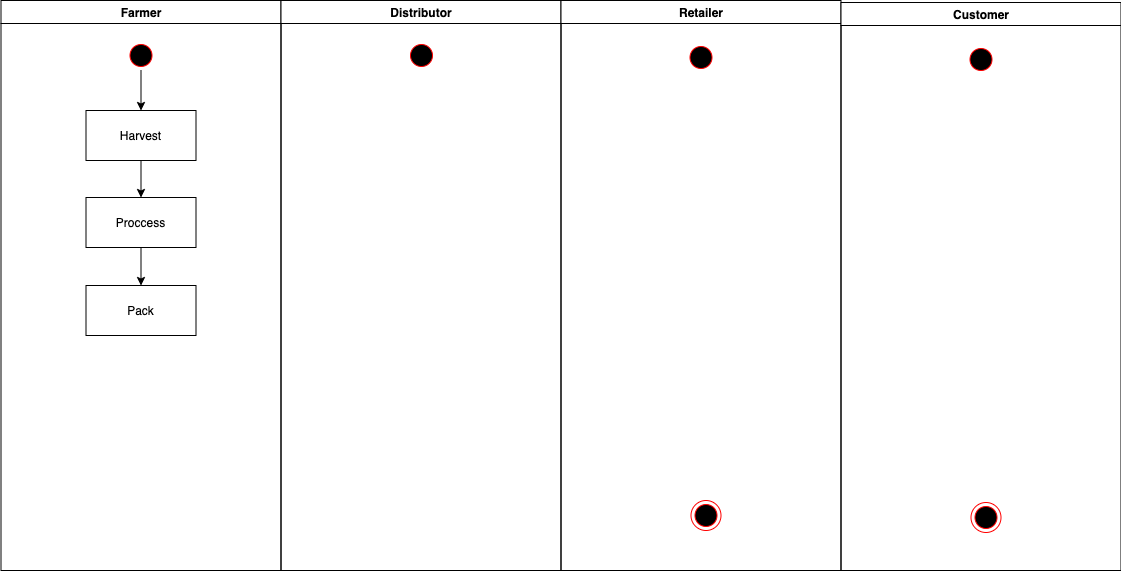
Above: images/activity-diagram.png in bartosz-lipinski/supplychain-mgmt (draw.io), before the change. Source tidied: cells renumbered, new cells last; positions are measured from the earlier drawing's top-left corner, leaving out a move shared by most shapes.
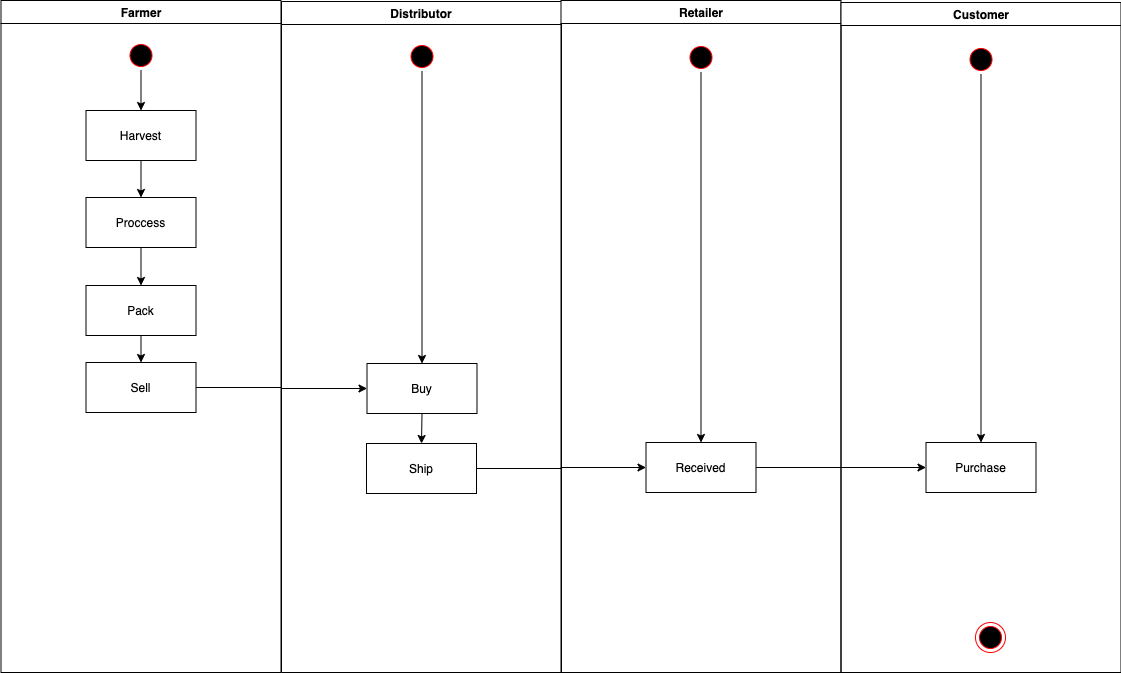
Above is the later version.

Diff of the diagram source:
```diff
@@ -3,7 +3,7 @@
     <mxCell id="0" />
     <mxCell id="1" parent="0" />
     <mxCell id="2" value="Farmer" style="swimlane;whiteSpace=wrap;" parent="1" vertex="1">
-      <mxGeometry x="0.5" width="280" height="570" as="geometry" />
+      <mxGeometry x="0.5" width="280" height="672" as="geometry" />
     </mxCell>
     <mxCell id="3" style="edgeStyle=orthogonalEdgeStyle;rounded=0;jettySize=auto;html=1;exitX=0.5;exitY=1;exitDx=0;exitDy=0;entryX=0.5;entryY=0;entryDx=0;entryDy=0;" parent="2" edge="1" source="4" target="6">
       <mxGeometry relative="1" as="geometry" />
@@ -23,32 +23,68 @@
     <mxCell id="8" value="Proccess" parent="2" vertex="1">
       <mxGeometry x="85" y="197" width="110" height="50" as="geometry" />
     </mxCell>
+    <mxCell id="18" style="edgeStyle=orthogonalEdgeStyle;rounded=0;jettySize=auto;html=1;exitX=0.5;exitY=1;exitDx=0;exitDy=0;entryX=0.5;entryY=0;entryDx=0;entryDy=0;" parent="2" edge="1" source="9" target="19">
+      <mxGeometry relative="1" as="geometry" />
+    </mxCell>
     <mxCell id="9" value="Pack" parent="2" vertex="1">
       <mxGeometry x="85" y="285" width="110" height="50" as="geometry" />
     </mxCell>
+    <mxCell id="19" value="Sell" parent="2" vertex="1">
+      <mxGeometry x="85" y="362" width="110" height="50" as="geometry" />
+    </mxCell>
     <mxCell id="10" value="Distributor" style="swimlane;whiteSpace=wrap;" parent="1" vertex="1">
-      <mxGeometry x="280.5" width="280" height="570" as="geometry" />
+      <mxGeometry x="281" y="1" width="280" height="671" as="geometry" />
     </mxCell>
+    <mxCell id="20" style="edgeStyle=orthogonalEdgeStyle;rounded=0;jettySize=auto;html=1;exitX=0.5;exitY=1;exitDx=0;exitDy=0;" parent="10" edge="1" source="11" target="22">
+      <mxGeometry relative="1" as="geometry" />
+    </mxCell>
     <mxCell id="11" style="ellipse;shape=startState;fillColor=#000000;strokeColor=#ff0000;" parent="10" vertex="1">
       <mxGeometry x="125.5" y="40" width="30" height="30" as="geometry" />
     </mxCell>
+    <mxCell id="21" style="edgeStyle=orthogonalEdgeStyle;rounded=0;jettySize=auto;html=1;exitX=0.5;exitY=1;exitDx=0;exitDy=0;entryX=0.5;entryY=0;entryDx=0;entryDy=0;" parent="10" edge="1" source="22" target="23">
+      <mxGeometry relative="1" as="geometry" />
+    </mxCell>
+    <mxCell id="22" value="Buy" parent="10" vertex="1">
+      <mxGeometry x="85.5" y="362" width="110" height="50" as="geometry" />
+    </mxCell>
+    <mxCell id="23" value="Ship" parent="10" vertex="1">
+      <mxGeometry x="85" y="442" width="110" height="50" as="geometry" />
+    </mxCell>
     <mxCell id="12" value="Retailer" style="swimlane;whiteSpace=wrap;" parent="1" vertex="1">
-      <mxGeometry x="560.5" width="280" height="570" as="geometry" />
+      <mxGeometry x="560.5" width="280" height="672" as="geometry" />
     </mxCell>
-    <mxCell id="13" style="ellipse;shape=endState;fillColor=#000000;strokeColor=#ff0000;" parent="12" vertex="1">
-      <mxGeometry x="130" y="500" width="30" height="30" as="geometry" />
-    </mxCell>
+    <mxCell id="24" style="edgeStyle=orthogonalEdgeStyle;rounded=0;jettySize=auto;html=1;exitX=0.5;exitY=1;exitDx=0;exitDy=0;" parent="12" edge="1" source="14" target="25">
+      <mxGeometry relative="1" as="geometry" />
+    </mxCell>
     <mxCell id="14" style="ellipse;shape=startState;fillColor=#000000;strokeColor=#ff0000;" parent="12" vertex="1">
       <mxGeometry x="125" y="42" width="30" height="30" as="geometry" />
     </mxCell>
+    <mxCell id="25" value="Received" parent="12" vertex="1">
+      <mxGeometry x="85" y="442" width="110" height="50" as="geometry" />
+    </mxCell>
     <mxCell id="15" value="Customer" style="swimlane;whiteSpace=wrap;" parent="1" vertex="1">
-      <mxGeometry x="840.5" y="2" width="280" height="568" as="geometry" />
+      <mxGeometry x="840.5" y="2" width="280" height="670" as="geometry" />
     </mxCell>
     <mxCell id="16" style="ellipse;shape=endState;fillColor=#000000;strokeColor=#ff0000;" parent="15" vertex="1">
-      <mxGeometry x="130" y="500" width="30" height="30" as="geometry" />
+      <mxGeometry x="134.5" y="620" width="30" height="30" as="geometry" />
     </mxCell>
+    <mxCell id="26" style="edgeStyle=orthogonalEdgeStyle;rounded=0;jettySize=auto;html=1;exitX=0.5;exitY=1;exitDx=0;exitDy=0;" parent="15" edge="1" source="17" target="27">
+      <mxGeometry relative="1" as="geometry" />
+    </mxCell>
     <mxCell id="17" style="ellipse;shape=startState;fillColor=#000000;strokeColor=#ff0000;" parent="15" vertex="1">
       <mxGeometry x="125" y="42" width="30" height="30" as="geometry" />
     </mxCell>
+    <mxCell id="27" value="Purchase" parent="15" vertex="1">
+      <mxGeometry x="85" y="440" width="110" height="50" as="geometry" />
+    </mxCell>
+    <mxCell id="28" style="edgeStyle=orthogonalEdgeStyle;rounded=0;jettySize=auto;html=1;exitX=1;exitY=0.5;exitDx=0;exitDy=0;" parent="1" edge="1" source="19" target="22">
+      <mxGeometry relative="1" as="geometry" />
+    </mxCell>
+    <mxCell id="29" style="edgeStyle=orthogonalEdgeStyle;rounded=0;jettySize=auto;html=1;exitX=1;exitY=0.5;exitDx=0;exitDy=0;" parent="1" edge="1" source="23" target="25">
+      <mxGeometry relative="1" as="geometry" />
+    </mxCell>
+    <mxCell id="30" style="edgeStyle=orthogonalEdgeStyle;rounded=0;jettySize=auto;html=1;exitX=1;exitY=0.5;exitDx=0;exitDy=0;entryX=0;entryY=0.5;entryDx=0;entryDy=0;" parent="1" edge="1" source="25" target="27">
+      <mxGeometry relative="1" as="geometry" />
+    </mxCell>
   </root>
 </mxGraphModel>
```
